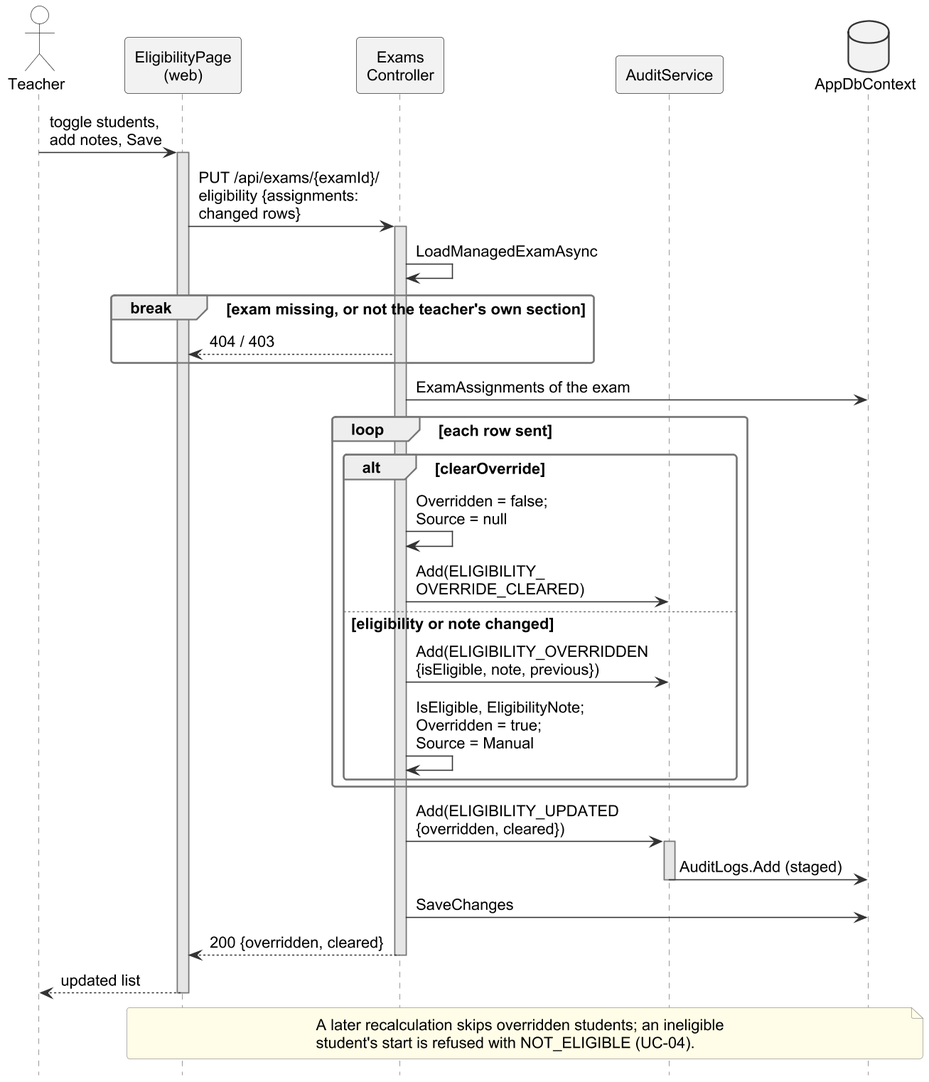
The PlantUML diagram important docs/fyp_doc_3chatp/Figures/seq_eligibility_c.png in Haiderali27-hub/AI-Lab-Monitoring-, before a commit.
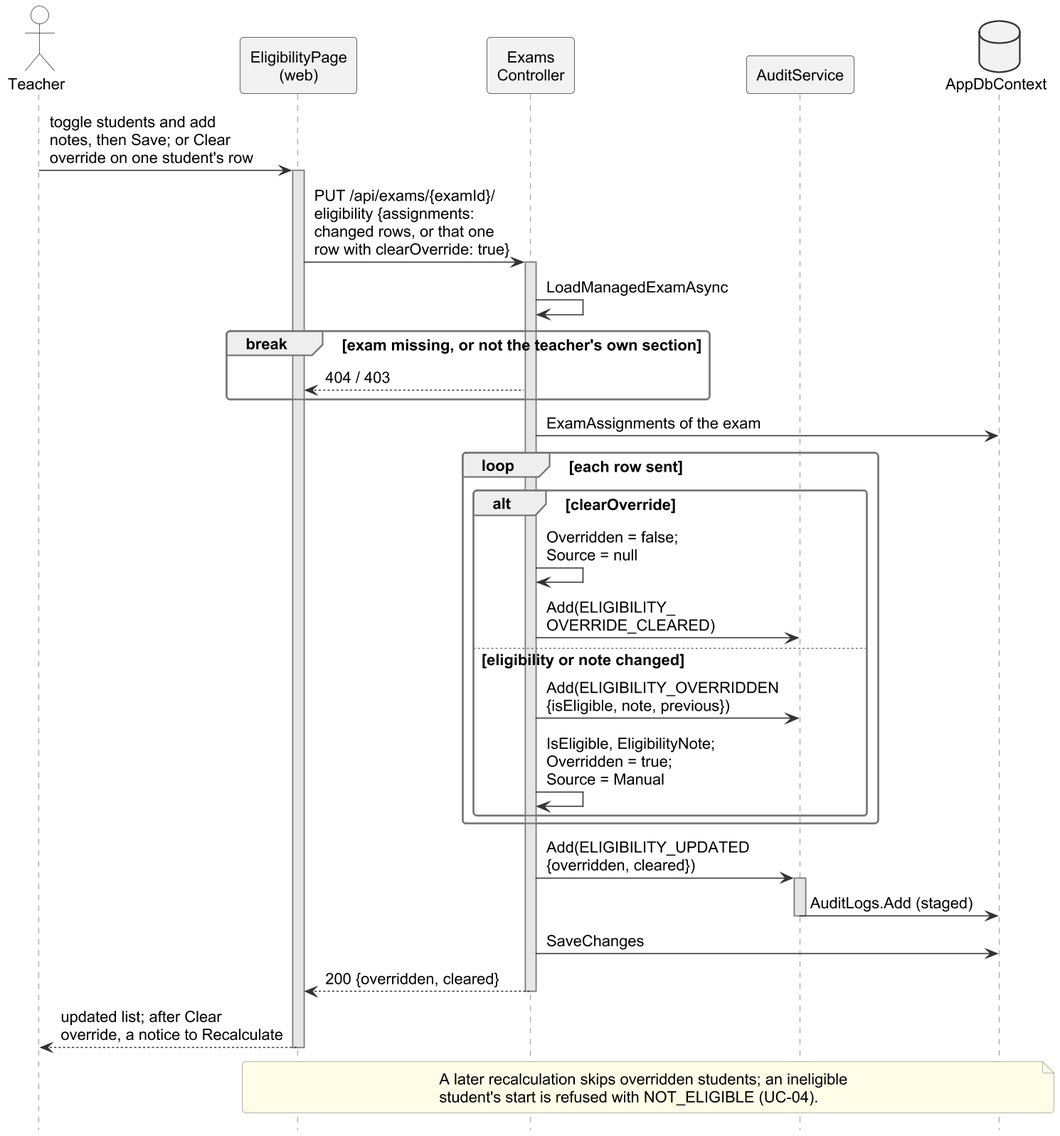
The same file after the commit.

What changed in the source:
```diff
@@ -18,9 +18,9 @@
 participant "AuditService" as AS
 database "AppDbContext" as DB
 
-T -> UI : toggle students,\nadd notes, Save
+T -> UI : toggle students and add\nnotes, then Save; or Clear\noverride on one student's row
 activate UI
-UI -> EC : PUT /api/exams/{examId}/\neligibility {assignments:\nchanged rows}
+UI -> EC : PUT /api/exams/{examId}/\neligibility {assignments:\nchanged rows, or that one\nrow with clearOverride: true}
 activate EC
 EC -> EC : LoadManagedExamAsync
 break exam missing, or not the teacher's own section
@@ -43,7 +43,7 @@
 EC -> DB : SaveChanges
 EC --> UI : 200 {overridden, cleared}
 deactivate EC
-UI --> T : updated list
+UI --> T : updated list; after Clear\noverride, a notice to Recalculate
 deactivate UI
 note over UI, DB : A later recalculation skips overridden students; an ineligible\nstudent's start is refused with NOT_ELIGIBLE (UC-04).
 @enduml
```
